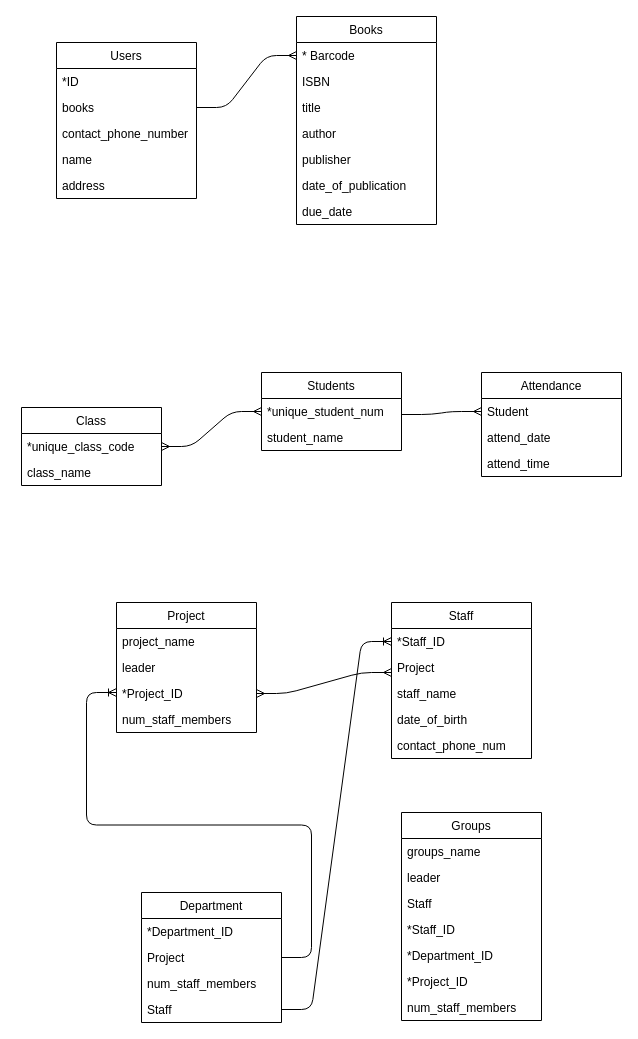
Earlier version of the draw.io diagram Untitled Diagram.drawio (Ziqi222/name.c). Source tidied: cells renumbered, new cells numbered last; positions are measured from the earlier drawing's top-left corner, leaving out a move shared by most shapes. Both pictures are drawn from the tidied source at 100%, with x=0, y=0 at pixel (21, 16).
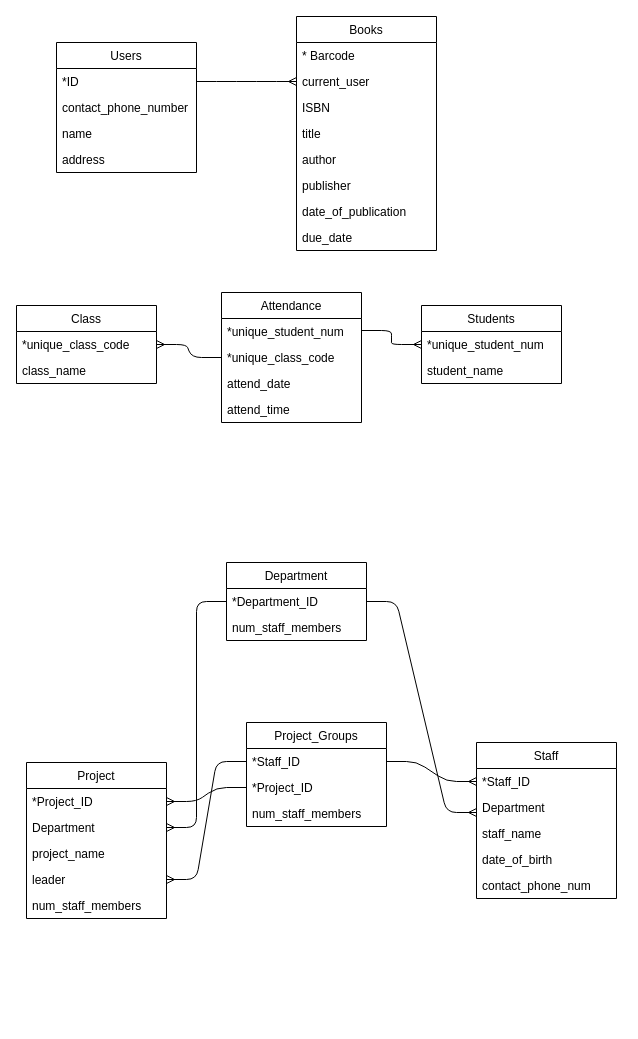
Above is the later version.

Unchanged cells that the change refers to:
```xml
<mxCell id="3" value="*ID" style="text;strokeColor=none;fillColor=none;align=left;verticalAlign=top;spacingLeft=4;spacingRight=4;overflow=hidden;points=[[0,0.5],[1,0.5]];portConstraint=eastwest;" parent="2" vertex="1">
  <mxGeometry y="26" width="140" height="26" as="geometry" />
</mxCell>
<mxCell id="9" value="* Barcode" style="text;strokeColor=none;fillColor=none;align=left;verticalAlign=top;spacingLeft=4;spacingRight=4;overflow=hidden;points=[[0,0.5],[1,0.5]];portConstraint=eastwest;" parent="8" vertex="1">
  <mxGeometry y="26" width="140" height="26" as="geometry" />
</mxCell>
<mxCell id="17" value="*unique_class_code" style="text;strokeColor=none;fillColor=none;align=left;verticalAlign=top;spacingLeft=4;spacingRight=4;overflow=hidden;points=[[0,0.5],[1,0.5]];portConstraint=eastwest;" parent="16" vertex="1">
  <mxGeometry y="26" width="140" height="26" as="geometry" />
</mxCell>
<mxCell id="20" value="*unique_student_num" style="text;strokeColor=none;fillColor=none;align=left;verticalAlign=top;spacingLeft=4;spacingRight=4;overflow=hidden;points=[[0,0.5],[1,0.5]];portConstraint=eastwest;" parent="19" vertex="1">
  <mxGeometry y="26" width="140" height="26" as="geometry" />
</mxCell>
<mxCell id="33" value="*Department_ID" style="text;strokeColor=none;fillColor=none;align=left;verticalAlign=top;spacingLeft=4;spacingRight=4;overflow=hidden;points=[[0,0.5],[1,0.5]];portConstraint=eastwest;" parent="32" vertex="1">
  <mxGeometry y="26" width="140" height="26" as="geometry" />
</mxCell>
```

The edit, as a diff of the source:
```diff
@@
     <mxCell id="2" value="Users" style="swimlane;fontStyle=0;horizontal=1;startSize=26;fillColor=none;" parent="1" vertex="1">
-      <mxGeometry x="35" y="26" width="140" height="156" as="geometry" />
+      <mxGeometry x="35" y="26" width="140" height="130" as="geometry" />
     </mxCell>
@@
-    <mxCell id="4" value="books" style="text;strokeColor=none;fillColor=none;align=left;verticalAlign=top;spacingLeft=4;spacingRight=4;overflow=hidden;points=[[0,0.5],[1,0.5]];portConstraint=eastwest;" parent="2" vertex="1">
-      <mxGeometry y="52" width="140" height="26" as="geometry" />
-    </mxCell>
     <mxCell id="5" value="contact_phone_number" style="text;strokeColor=none;fillColor=none;align=left;verticalAlign=top;spacingLeft=4;spacingRight=4;overflow=hidden;" parent="2" vertex="1">
-      <mxGeometry y="78" width="140" height="26" as="geometry" />
+      <mxGeometry y="52" width="140" height="26" as="geometry" />
     </mxCell>
     <mxCell id="6" value="name" style="text;strokeColor=none;fillColor=none;align=left;verticalAlign=top;spacingLeft=4;spacingRight=4;overflow=hidden;" parent="2" vertex="1">
-      <mxGeometry y="104" width="140" height="26" as="geometry" />
+      <mxGeometry y="78" width="140" height="26" as="geometry" />
     </mxCell>
     <mxCell id="7" value="address" style="text;strokeColor=none;fillColor=none;align=left;verticalAlign=top;spacingLeft=4;spacingRight=4;overflow=hidden;" parent="2" vertex="1">
-      <mxGeometry y="130" width="140" height="26" as="geometry" />
+      <mxGeometry y="104" width="140" height="26" as="geometry" />
     </mxCell>
     <mxCell id="8" value="Books" style="swimlane;fontStyle=0;horizontal=1;startSize=26;fillColor=none;" parent="1" vertex="1">
-      <mxGeometry x="275" width="140" height="208" as="geometry" />
+      <mxGeometry x="275" width="140" height="234" as="geometry" />
     </mxCell>
@@
+    <mxCell id="56" value="current_user" style="text;strokeColor=none;fillColor=none;align=left;verticalAlign=top;spacingLeft=4;spacingRight=4;overflow=hidden;points=[[0,0.5],[1,0.5]];portConstraint=eastwest;" parent="8" vertex="1">
+      <mxGeometry y="52" width="140" height="26" as="geometry" />
+    </mxCell>
     <mxCell id="10" value="ISBN" style="text;strokeColor=none;fillColor=none;align=left;verticalAlign=top;spacingLeft=4;spacingRight=4;overflow=hidden;" parent="8" vertex="1">
-      <mxGeometry y="52" width="140" height="26" as="geometry" />
+      <mxGeometry y="78" width="140" height="26" as="geometry" />
     </mxCell>
     <mxCell id="11" value="title" style="text;strokeColor=none;fillColor=none;align=left;verticalAlign=top;spacingLeft=4;spacingRight=4;overflow=hidden;" parent="8" vertex="1">
-      <mxGeometry y="78" width="140" height="26" as="geometry" />
+      <mxGeometry y="104" width="140" height="26" as="geometry" />
     </mxCell>
     <mxCell id="12" value="author" style="text;strokeColor=none;fillColor=none;align=left;verticalAlign=top;spacingLeft=4;spacingRight=4;overflow=hidden;" parent="8" vertex="1">
-      <mxGeometry y="104" width="140" height="26" as="geometry" />
+      <mxGeometry y="130" width="140" height="26" as="geometry" />
     </mxCell>
     <mxCell id="13" value="publisher" style="text;strokeColor=none;fillColor=none;align=left;verticalAlign=top;spacingLeft=4;spacingRight=4;overflow=hidden;" parent="8" vertex="1">
-      <mxGeometry y="130" width="140" height="26" as="geometry" />
+      <mxGeometry y="156" width="140" height="26" as="geometry" />
     </mxCell>
     <mxCell id="14" value="date_of_publication" style="text;strokeColor=none;fillColor=none;align=left;verticalAlign=top;spacingLeft=4;spacingRight=4;overflow=hidden;" parent="8" vertex="1">
-      <mxGeometry y="156" width="140" height="26" as="geometry" />
+      <mxGeometry y="182" width="140" height="26" as="geometry" />
     </mxCell>
     <mxCell id="15" value="due_date" style="text;strokeColor=none;fillColor=none;align=left;verticalAlign=top;spacingLeft=4;spacingRight=4;overflow=hidden;" parent="8" vertex="1">
-      <mxGeometry y="182" width="140" height="26" as="geometry" />
+      <mxGeometry y="208" width="140" height="26" as="geometry" />
     </mxCell>
     <mxCell id="16" value="Class" style="swimlane;fontStyle=0;horizontal=1;startSize=26;fillColor=none;" parent="1" vertex="1">
-      <mxGeometry y="391" width="140" height="78" as="geometry" />
+      <mxGeometry x="-5" y="289" width="140" height="78" as="geometry" />
     </mxCell>
@@
     <mxCell id="19" value="Students" style="swimlane;fontStyle=0;horizontal=1;startSize=26;fillColor=none;" parent="1" vertex="1">
-      <mxGeometry x="240" y="356" width="140" height="78" as="geometry" />
+      <mxGeometry x="400" y="289" width="140" height="78" as="geometry" />
     </mxCell>
@@
     <mxCell id="22" value="Attendance" style="swimlane;fontStyle=0;horizontal=1;startSize=26;fillColor=none;" parent="1" vertex="1">
-      <mxGeometry x="460" y="356" width="140" height="104" as="geometry" />
+      <mxGeometry x="200" y="276" width="140" height="130" as="geometry" />
     </mxCell>
-    <mxCell id="23" value="Student" style="text;strokeColor=none;fillColor=none;align=left;verticalAlign=top;spacingLeft=4;spacingRight=4;overflow=hidden;points=[[0,0.5],[1,0.5]];portConstraint=eastwest;" parent="22" vertex="1">
+    <mxCell id="23" value="*unique_student_num" style="text;strokeColor=none;fillColor=none;align=left;verticalAlign=top;spacingLeft=4;spacingRight=4;overflow=hidden;points=[[0,0.5],[1,0.5]];portConstraint=eastwest;" parent="22" vertex="1">
       <mxGeometry y="26" width="140" height="26" as="geometry" />
     </mxCell>
+    <mxCell id="57" value="*unique_class_code" style="text;strokeColor=none;fillColor=none;align=left;verticalAlign=top;spacingLeft=4;spacingRight=4;overflow=hidden;points=[[0,0.5],[1,0.5]];portConstraint=eastwest;" parent="22" vertex="1">
+      <mxGeometry y="52" width="140" height="26" as="geometry" />
+    </mxCell>
     <mxCell id="24" value="attend_date" style="text;strokeColor=none;fillColor=none;align=left;verticalAlign=top;spacingLeft=4;spacingRight=4;overflow=hidden;" parent="22" vertex="1">
-      <mxGeometry y="52" width="140" height="26" as="geometry" />
+      <mxGeometry y="78" width="140" height="26" as="geometry" />
     </mxCell>
     <mxCell id="25" value="attend_time&#10;" style="text;strokeColor=none;fillColor=none;align=left;verticalAlign=top;spacingLeft=4;spacingRight=4;overflow=hidden;" parent="22" vertex="1">
-      <mxGeometry y="78" width="140" height="26" as="geometry" />
+      <mxGeometry y="104" width="140" height="26" as="geometry" />
     </mxCell>
+    <mxCell id="54" style="edgeStyle=entityRelationEdgeStyle;fontSize=12;html=1;endArrow=ERmany;entryX=0;entryY=0.5;entryDx=0;entryDy=0;exitX=1;exitY=0.5;exitDx=0;exitDy=0;" parent="1" edge="1" source="3" target="56">
+      <mxGeometry relative="1" as="geometry" />
+    </mxCell>
+    <mxCell id="58" style="edgeStyle=entityRelationEdgeStyle;fontSize=12;html=1;endArrow=ERmany;entryX=0;entryY=0.5;entryDx=0;entryDy=0;exitX=1;exitY=0.5;exitDx=0;exitDy=0;" parent="1" edge="1" target="20">
+      <mxGeometry relative="1" as="geometry">
+        <mxPoint x="340" y="314" as="sourcePoint" />
+      </mxGeometry>
+    </mxCell>
+    <mxCell id="59" style="edgeStyle=entityRelationEdgeStyle;fontSize=12;html=1;endArrow=ERmany;entryX=1;entryY=0.5;entryDx=0;entryDy=0;exitX=0;exitY=0.5;exitDx=0;exitDy=0;" parent="1" edge="1" source="57" target="17">
+      <mxGeometry relative="1" as="geometry" />
+    </mxCell>
     <mxCell id="26" value="Staff" style="swimlane;fontStyle=0;horizontal=1;startSize=26;fillColor=none;" parent="1" vertex="1">
-      <mxGeometry x="370" y="586" width="140" height="156" as="geometry" />
+      <mxGeometry x="455" y="726" width="140" height="156" as="geometry" />
     </mxCell>
-    <mxCell id="27" value="*Staff_ID" style="text;strokeColor=none;fillColor=none;align=left;verticalAlign=top;spacingLeft=4;spacingRight=4;overflow=hidden;points=[[0,0.5],[1,0.5]];portConstraint=eastwest;" parent="26" vertex="1">
-      <mxGeometry y="26" width="140" height="26" as="geometry" />
-    </mxCell>
-    <mxCell id="28" value="Project" style="text;strokeColor=none;fillColor=none;align=left;verticalAlign=top;spacingLeft=4;spacingRight=4;overflow=hidden;" parent="26" vertex="1">
-      <mxGeometry y="52" width="140" height="26" as="geometry" />
-    </mxCell>
+    <mxCell id="60" value="*Staff_ID" style="text;strokeColor=none;fillColor=none;align=left;verticalAlign=top;spacingLeft=4;spacingRight=4;overflow=hidden;" parent="26" vertex="1">
+      <mxGeometry y="26" width="140" height="26" as="geometry" />
+    </mxCell>
+    <mxCell id="61" value="Department" style="text;strokeColor=none;fillColor=none;align=left;verticalAlign=top;spacingLeft=4;spacingRight=4;overflow=hidden;" parent="26" vertex="1">
+      <mxGeometry y="52" width="140" height="26" as="geometry" />
+    </mxCell>
@@
     <mxCell id="32" value="Department" style="swimlane;fontStyle=0;horizontal=1;startSize=26;fillColor=none;" parent="1" vertex="1">
-      <mxGeometry x="120" y="876" width="140" height="130" as="geometry" />
+      <mxGeometry x="205" y="546" width="140" height="78" as="geometry" />
     </mxCell>
@@
-    <mxCell id="34" value="Project" style="text;strokeColor=none;fillColor=none;align=left;verticalAlign=top;spacingLeft=4;spacingRight=4;overflow=hidden;points=[[0,0.5],[1,0.5]];portConstraint=eastwest;" parent="32" vertex="1">
-      <mxGeometry y="52" width="140" height="26" as="geometry" />
-    </mxCell>
+    <mxCell id="62" value="num_staff_members" style="text;strokeColor=none;fillColor=none;align=left;verticalAlign=top;spacingLeft=4;spacingRight=4;overflow=hidden;" parent="32" vertex="1">
+      <mxGeometry y="52" width="140" height="26" as="geometry" />
+    </mxCell>
+    <mxCell id="38" value="Project" style="swimlane;fontStyle=0;horizontal=1;startSize=26;fillColor=none;" parent="1" vertex="1">
+      <mxGeometry x="5" y="746" width="140" height="156" as="geometry" />
+    </mxCell>
+    <mxCell id="63" value="*Project_ID" style="text;strokeColor=none;fillColor=none;align=left;verticalAlign=top;spacingLeft=4;spacingRight=4;overflow=hidden;points=[[0,0.5],[1,0.5]];portConstraint=eastwest;" parent="38" vertex="1">
+      <mxGeometry y="26" width="140" height="26" as="geometry" />
+    </mxCell>
+    <mxCell id="64" value="Department" style="text;strokeColor=none;fillColor=none;align=left;verticalAlign=top;spacingLeft=4;spacingRight=4;overflow=hidden;points=[[0,0.5],[1,0.5]];portConstraint=eastwest;" parent="38" vertex="1">
+      <mxGeometry y="52" width="140" height="26" as="geometry" />
+    </mxCell>
+    <mxCell id="39" value="project_name" style="text;strokeColor=none;fillColor=none;align=left;verticalAlign=top;spacingLeft=4;spacingRight=4;overflow=hidden;" parent="38" vertex="1">
+      <mxGeometry y="78" width="140" height="26" as="geometry" />
+    </mxCell>
+    <mxCell id="65" value="leader" style="text;strokeColor=none;fillColor=none;align=left;verticalAlign=top;spacingLeft=4;spacingRight=4;overflow=hidden;points=[[0,0.5],[1,0.5]];portConstraint=eastwest;" parent="38" vertex="1">
+      <mxGeometry y="104" width="140" height="26" as="geometry" />
+    </mxCell>
+    <mxCell id="66" value="num_staff_members" style="text;strokeColor=none;fillColor=none;align=left;verticalAlign=top;spacingLeft=4;spacingRight=4;overflow=hidden;" parent="38" vertex="1">
+      <mxGeometry y="130" width="140" height="26" as="geometry" />
+    </mxCell>
+    <mxCell id="67" value="Project_Groups" style="swimlane;fontStyle=0;horizontal=1;startSize=26;fillColor=none;" parent="1" vertex="1">
+      <mxGeometry x="225" y="706" width="140" height="104" as="geometry" />
+    </mxCell>
+    <mxCell id="68" value="*Staff_ID" style="text;strokeColor=none;fillColor=none;align=left;verticalAlign=top;spacingLeft=4;spacingRight=4;overflow=hidden;points=[[0,0.5],[1,0.5]];portConstraint=eastwest;" parent="67" vertex="1">
+      <mxGeometry y="26" width="140" height="26" as="geometry" />
+    </mxCell>
+    <mxCell id="69" value="*Project_ID" style="text;strokeColor=none;fillColor=none;align=left;verticalAlign=top;spacingLeft=4;spacingRight=4;overflow=hidden;points=[[0,0.5],[1,0.5]];portConstraint=eastwest;" parent="67" vertex="1">
+      <mxGeometry y="52" width="140" height="26" as="geometry" />
+    </mxCell>
-    <mxCell id="35" value="num_staff_members" style="text;strokeColor=none;fillColor=none;align=left;verticalAlign=top;spacingLeft=4;spacingRight=4;overflow=hidden;" parent="32" vertex="1">
+    <mxCell id="35" value="num_staff_members" style="text;strokeColor=none;fillColor=none;align=left;verticalAlign=top;spacingLeft=4;spacingRight=4;overflow=hidden;" parent="67" vertex="1">
       <mxGeometry y="78" width="140" height="26" as="geometry" />
     </mxCell>
-    <mxCell id="36" value="Staff" style="text;strokeColor=none;fillColor=none;align=left;verticalAlign=top;spacingLeft=4;spacingRight=4;overflow=hidden;points=[[0,0.5],[1,0.5]];portConstraint=eastwest;" parent="32" vertex="1">
-      <mxGeometry y="104" width="140" height="26" as="geometry" />
-    </mxCell>
-    <mxCell id="37" style="edgeStyle=entityRelationEdgeStyle;fontSize=12;html=1;endArrow=ERmany;startArrow=ERmany;" parent="1" edge="1" target="20">
-      <mxGeometry relative="1" as="geometry">
-        <mxPoint x="140" y="430" as="sourcePoint" />
-      </mxGeometry>
-    </mxCell>
-    <mxCell id="38" value="Project" style="swimlane;fontStyle=0;horizontal=1;startSize=26;fillColor=none;" parent="1" vertex="1">
-      <mxGeometry x="95" y="586" width="140" height="130" as="geometry" />
-    </mxCell>
-    <mxCell id="39" value="project_name" style="text;strokeColor=none;fillColor=none;align=left;verticalAlign=top;spacingLeft=4;spacingRight=4;overflow=hidden;" parent="38" vertex="1">
-      <mxGeometry y="26" width="140" height="26" as="geometry" />
-    </mxCell>
-    <mxCell id="40" value="leader" style="text;strokeColor=none;fillColor=none;align=left;verticalAlign=top;spacingLeft=4;spacingRight=4;overflow=hidden;" parent="38" vertex="1">
-      <mxGeometry y="52" width="140" height="26" as="geometry" />
-    </mxCell>
-    <mxCell id="41" value="*Project_ID" style="text;strokeColor=none;fillColor=none;align=left;verticalAlign=top;spacingLeft=4;spacingRight=4;overflow=hidden;points=[[0,0.5],[1,0.5]];portConstraint=eastwest;" parent="38" vertex="1">
-      <mxGeometry y="78" width="140" height="26" as="geometry" />
-    </mxCell>
-    <mxCell id="42" value="num_staff_members" style="text;strokeColor=none;fillColor=none;align=left;verticalAlign=top;spacingLeft=4;spacingRight=4;overflow=hidden;" parent="38" vertex="1">
-      <mxGeometry y="104" width="140" height="26" as="geometry" />
-    </mxCell>
-    <mxCell id="43" style="edgeStyle=entityRelationEdgeStyle;fontSize=12;html=1;endArrow=ERoneToMany;exitX=1;exitY=0.5;exitDx=0;exitDy=0;entryX=0;entryY=0.5;entryDx=0;entryDy=0;" parent="1" edge="1" source="36" target="27">
-      <mxGeometry relative="1" as="geometry" />
-    </mxCell>
-    <mxCell id="44" style="edgeStyle=entityRelationEdgeStyle;fontSize=12;html=1;endArrow=ERoneToMany;exitX=1;exitY=0.5;exitDx=0;exitDy=0;" parent="1" edge="1" source="34">
-      <mxGeometry relative="1" as="geometry">
-        <mxPoint x="95" y="676" as="targetPoint" />
-      </mxGeometry>
-    </mxCell>
-    <mxCell id="45" style="edgeStyle=entityRelationEdgeStyle;fontSize=12;html=1;endArrow=ERmany;startArrow=ERmany;entryX=0;entryY=0.5;entryDx=0;entryDy=0;exitX=1;exitY=0.5;exitDx=0;exitDy=0;" parent="1" edge="1" source="41">
-      <mxGeometry relative="1" as="geometry">
-        <mxPoint x="370" y="656" as="targetPoint" />
-      </mxGeometry>
-    </mxCell>
-    <mxCell id="46" value="Groups" style="swimlane;fontStyle=0;horizontal=1;startSize=26;fillColor=none;" parent="1" vertex="1">
-      <mxGeometry x="380" y="796" width="140" height="208" as="geometry" />
-    </mxCell>
-    <mxCell id="47" value="groups_name" style="text;strokeColor=none;fillColor=none;align=left;verticalAlign=top;spacingLeft=4;spacingRight=4;overflow=hidden;" parent="46" vertex="1">
-      <mxGeometry y="26" width="140" height="26" as="geometry" />
-    </mxCell>
-    <mxCell id="48" value="leader" style="text;strokeColor=none;fillColor=none;align=left;verticalAlign=top;spacingLeft=4;spacingRight=4;overflow=hidden;" parent="46" vertex="1">
-      <mxGeometry y="52" width="140" height="26" as="geometry" />
-    </mxCell>
-    <mxCell id="49" value="Staff" style="text;strokeColor=none;fillColor=none;align=left;verticalAlign=top;spacingLeft=4;spacingRight=4;overflow=hidden;" parent="46" vertex="1">
-      <mxGeometry y="78" width="140" height="26" as="geometry" />
-    </mxCell>
-    <mxCell id="50" value="*Staff_ID" style="text;strokeColor=none;fillColor=none;align=left;verticalAlign=top;spacingLeft=4;spacingRight=4;overflow=hidden;" parent="46" vertex="1">
-      <mxGeometry y="104" width="140" height="26" as="geometry" />
-    </mxCell>
-    <mxCell id="51" value="*Department_ID" style="text;strokeColor=none;fillColor=none;align=left;verticalAlign=top;spacingLeft=4;spacingRight=4;overflow=hidden;" parent="46" vertex="1">
-      <mxGeometry y="130" width="140" height="26" as="geometry" />
-    </mxCell>
-    <mxCell id="52" value="*Project_ID" style="text;strokeColor=none;fillColor=none;align=left;verticalAlign=top;spacingLeft=4;spacingRight=4;overflow=hidden;" parent="46" vertex="1">
-      <mxGeometry y="156" width="140" height="26" as="geometry" />
-    </mxCell>
-    <mxCell id="53" value="num_staff_members" style="text;strokeColor=none;fillColor=none;align=left;verticalAlign=top;spacingLeft=4;spacingRight=4;overflow=hidden;" parent="46" vertex="1">
-      <mxGeometry y="182" width="140" height="26" as="geometry" />
-    </mxCell>
-    <mxCell id="54" style="edgeStyle=entityRelationEdgeStyle;fontSize=12;html=1;endArrow=ERmany;entryX=0;entryY=0.5;entryDx=0;entryDy=0;exitX=1;exitY=0.5;exitDx=0;exitDy=0;" parent="1" edge="1" source="4" target="9">
-      <mxGeometry relative="1" as="geometry" />
-    </mxCell>
-    <mxCell id="55" style="edgeStyle=entityRelationEdgeStyle;fontSize=12;html=1;endArrow=ERmany;exitX=1;exitY=0.5;exitDx=0;exitDy=0;entryX=0;entryY=0.5;entryDx=0;entryDy=0;" parent="1" edge="1" target="23">
-      <mxGeometry relative="1" as="geometry">
-        <mxPoint x="380" y="398" as="sourcePoint" />
-      </mxGeometry>
-    </mxCell>
+    <mxCell id="70" style="edgeStyle=entityRelationEdgeStyle;fontSize=12;html=1;endArrow=ERmany;exitX=0;exitY=0.5;exitDx=0;exitDy=0;entryX=1;entryY=0.5;entryDx=0;entryDy=0;" parent="1" edge="1" source="69" target="63">
+      <mxGeometry relative="1" as="geometry" />
+    </mxCell>
+    <mxCell id="71" style="edgeStyle=entityRelationEdgeStyle;fontSize=12;html=1;endArrow=ERmany;exitX=1;exitY=0.5;exitDx=0;exitDy=0;" parent="1" edge="1" source="33">
+      <mxGeometry relative="1" as="geometry">
+        <mxPoint x="455" y="796" as="targetPoint" />
+      </mxGeometry>
+    </mxCell>
+    <mxCell id="72" style="edgeStyle=entityRelationEdgeStyle;fontSize=12;html=1;endArrow=ERmany;exitX=1;exitY=0.5;exitDx=0;exitDy=0;entryX=0;entryY=0.25;entryDx=0;entryDy=0;" parent="1" edge="1" source="68" target="26">
+      <mxGeometry relative="1" as="geometry" />
+    </mxCell>
+    <mxCell id="73" style="edgeStyle=entityRelationEdgeStyle;fontSize=12;html=1;endArrow=ERmany;exitX=0;exitY=0.5;exitDx=0;exitDy=0;entryX=1;entryY=0.5;entryDx=0;entryDy=0;" parent="1" edge="1" source="33" target="64">
+      <mxGeometry relative="1" as="geometry" />
+    </mxCell>
+    <mxCell id="74" style="edgeStyle=entityRelationEdgeStyle;fontSize=12;html=1;endArrow=ERmany;entryX=1;entryY=0.5;entryDx=0;entryDy=0;" parent="1" edge="1" source="68" target="65">
+      <mxGeometry relative="1" as="geometry" />
+    </mxCell>
```
